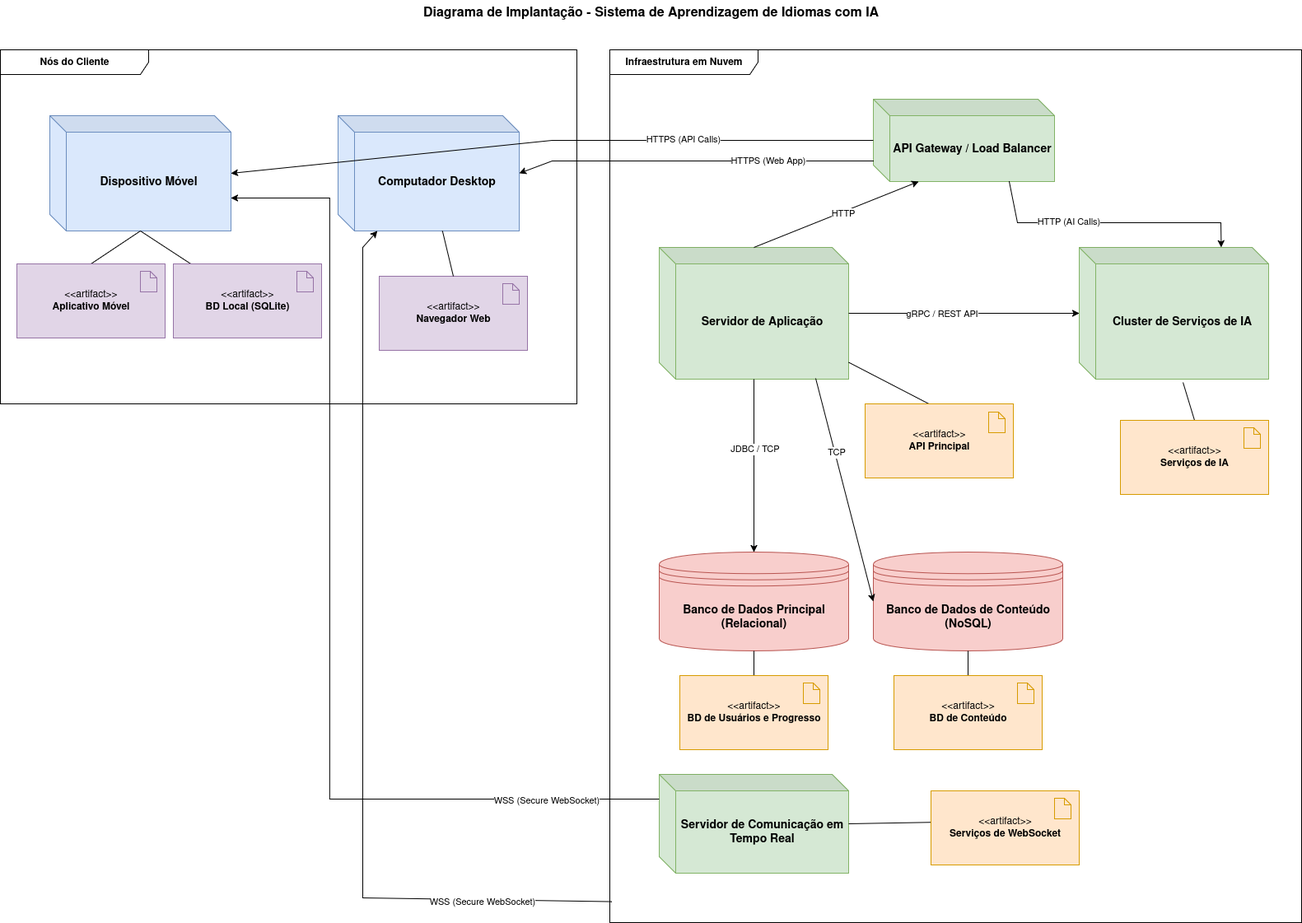
Above: docs/modelagemEstatica/assets/I.png in UnBArqDsw2025-2-Turma02/2025.2_T02_G3_AprendendoComIA_Entrega_02 (draw.io), before the change. Source tidied: cells renumbered, new cells last; positions are measured from the earlier drawing's top-left corner, leaving out a move shared by most shapes.
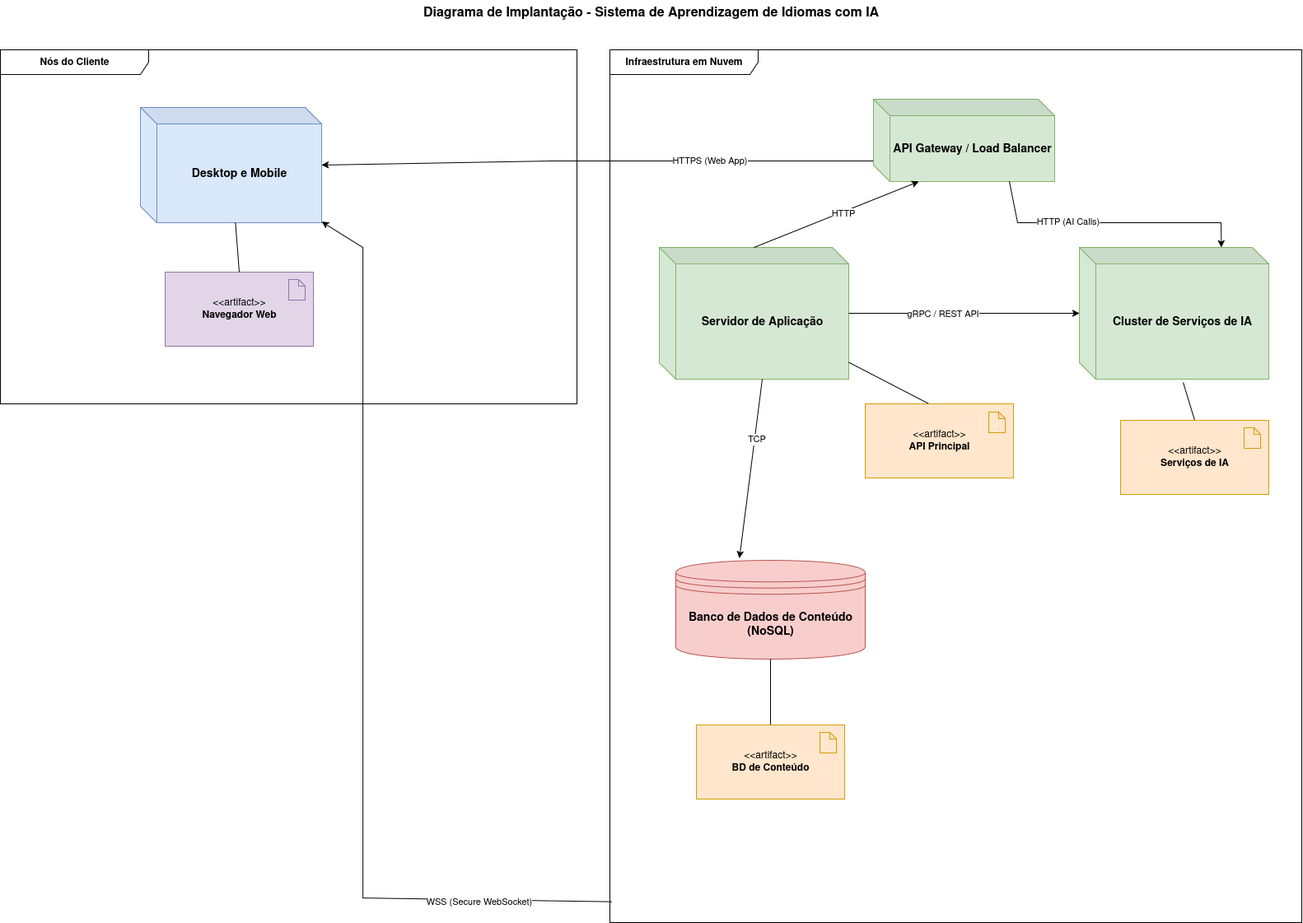
After the commit.

Commit message:
docs: alteração do diagrama

What changed in the source:
```diff
@@ -8,34 +8,15 @@
     <mxCell id="3" value="&lt;b&gt;Nós do Cliente&lt;/b&gt;" style="shape=umlFrame;whiteSpace=wrap;html=1;width=180;height=30;" parent="1" vertex="1">
       <mxGeometry y="60" width="700" height="430" as="geometry" />
     </mxCell>
-    <mxCell id="4" value="&lt;font style=&quot;font-size: 14px;&quot;&gt;&lt;b&gt;Dispositivo Móvel&lt;/b&gt;&lt;/font&gt;" style="shape=cube;whiteSpace=wrap;html=1;boundedLbl=1;backgroundOutline=1;darkOpacity=0.05;fillColor=#dae8fc;strokeColor=#6c8ebf;" parent="1" vertex="1">
-      <mxGeometry x="60" y="140" width="220" height="140" as="geometry" />
-    </mxCell>
-    <mxCell id="5" value="&lt;font style=&quot;font-size: 14px;&quot;&gt;&lt;b&gt;Computador Desktop&lt;/b&gt;&lt;/font&gt;" style="shape=cube;whiteSpace=wrap;html=1;boundedLbl=1;backgroundOutline=1;darkOpacity=0.05;fillColor=#dae8fc;strokeColor=#6c8ebf;" parent="1" vertex="1">
-      <mxGeometry x="410" y="140" width="220" height="140" as="geometry" />
+    <mxCell id="5" value="&lt;font style=&quot;font-size: 14px;&quot;&gt;&lt;b&gt;Desktop e Mobile&lt;/b&gt;&lt;/font&gt;" style="shape=cube;whiteSpace=wrap;html=1;boundedLbl=1;backgroundOutline=1;darkOpacity=0.05;fillColor=#dae8fc;strokeColor=#6c8ebf;" parent="1" vertex="1">
+      <mxGeometry x="170" y="130" width="220" height="140" as="geometry" />
     </mxCell>
-    <mxCell id="6" style="endArrow=none;html=1;rounded=0;entryX=0.5;entryY=1;entryDx=0;entryDy=0;exitX=0.5;exitY=0;exitDx=0;exitDy=0;" parent="1" edge="1" source="60" target="4">
-      <mxGeometry relative="1" as="geometry" />
-    </mxCell>
-    <mxCell id="7" style="endArrow=none;html=1;rounded=0;entryX=0.5;entryY=1;entryDx=0;entryDy=0;" parent="1" edge="1" source="57" target="4">
-      <mxGeometry relative="1" as="geometry" />
-    </mxCell>
     <mxCell id="8" value="&lt;b&gt;Infraestrutura em Nuvem&lt;/b&gt;" style="shape=umlFrame;whiteSpace=wrap;html=1;width=180;height=30;" parent="1" vertex="1">
       <mxGeometry x="740" y="60" width="840" height="1060" as="geometry" />
     </mxCell>
     <mxCell id="9" value="&lt;font style=&quot;font-size: 14px;&quot;&gt;&lt;b&gt;API Gateway / Load Balancer&lt;/b&gt;&lt;/font&gt;" style="shape=cube;whiteSpace=wrap;html=1;boundedLbl=1;backgroundOutline=1;darkOpacity=0.05;fillColor=#d5e8d4;strokeColor=#82b366;" parent="1" vertex="1">
       <mxGeometry x="1060" y="120" width="220" height="100" as="geometry" />
     </mxCell>
-    <mxCell id="10" style="endArrow=classic;html=1;rounded=0;exitX=0;exitY=0.5;exitDx=0;exitDy=0;entryX=1;entryY=0.5;entryDx=0;entryDy=0;" parent="1" edge="1" source="9" target="4">
-      <mxGeometry relative="1" as="geometry">
-        <Array as="points">
-          <mxPoint x="670" y="170" />
-        </Array>
-      </mxGeometry>
-    </mxCell>
-    <mxCell id="11" value="HTTPS (API Calls)" style="edgeLabel;html=1;align=center;verticalAlign=middle;" parent="10" vertex="1">
-      <mxGeometry x="-0.41" y="-2" relative="1" as="geometry" />
-    </mxCell>
     <mxCell id="12" style="endArrow=classic;html=1;rounded=0;exitX=0;exitY=0.75;exitDx=0;exitDy=0;entryX=1;entryY=0.5;entryDx=0;entryDy=0;" parent="1" edge="1" source="9" target="5">
       <mxGeometry relative="1" as="geometry">
         <Array as="points">
@@ -58,18 +39,6 @@
     <mxCell id="17" value="HTTP" style="edgeLabel;html=1;align=center;verticalAlign=middle;" parent="16" vertex="1">
       <mxGeometry x="0.07" y="-1" relative="1" as="geometry" />
     </mxCell>
-    <mxCell id="18" value="&lt;font style=&quot;font-size: 14px;&quot;&gt;&lt;b&gt;Banco de Dados Principal (Relacional)&lt;/b&gt;&lt;/font&gt;" style="shape=datastore;whiteSpace=wrap;html=1;fillColor=#f8cecc;strokeColor=#b85450;" parent="1" vertex="1">
-      <mxGeometry x="800" y="670" width="230" height="120" as="geometry" />
-    </mxCell>
-    <mxCell id="19" style="endArrow=none;html=1;rounded=0;entryX=0.5;entryY=1;entryDx=0;entryDy=0;" parent="1" edge="1" source="47" target="18">
-      <mxGeometry relative="1" as="geometry" />
-    </mxCell>
-    <mxCell id="20" style="endArrow=classic;html=1;rounded=0;exitX=0.5;exitY=1;exitDx=0;exitDy=0;entryX=0.5;entryY=0;entryDx=0;entryDy=0;" parent="1" edge="1" source="14" target="18">
-      <mxGeometry relative="1" as="geometry" />
-    </mxCell>
-    <mxCell id="21" value="JDBC / TCP" style="edgeLabel;html=1;align=center;verticalAlign=middle;" parent="20" vertex="1">
-      <mxGeometry x="-0.2" relative="1" as="geometry" />
-    </mxCell>
     <mxCell id="22" value="&lt;font style=&quot;font-size: 14px;&quot;&gt;&lt;b&gt;Cluster de Serviços de IA&lt;/b&gt;&lt;/font&gt;" style="shape=cube;whiteSpace=wrap;html=1;boundedLbl=1;backgroundOutline=1;darkOpacity=0.05;fillColor=#d5e8d4;strokeColor=#82b366;" parent="1" vertex="1">
       <mxGeometry x="1310" y="300" width="230" height="160" as="geometry" />
     </mxCell>
@@ -94,37 +63,17 @@
       <mxGeometry x="-0.32" y="2" relative="1" as="geometry" />
     </mxCell>
     <mxCell id="28" value="&lt;font style=&quot;font-size: 14px;&quot;&gt;&lt;b&gt;Banco de Dados de Conteúdo (NoSQL)&lt;/b&gt;&lt;/font&gt;" style="shape=datastore;whiteSpace=wrap;html=1;fillColor=#f8cecc;strokeColor=#b85450;" parent="1" vertex="1">
-      <mxGeometry x="1060" y="670" width="230" height="120" as="geometry" />
+      <mxGeometry x="820" y="680" width="230" height="120" as="geometry" />
     </mxCell>
     <mxCell id="29" style="endArrow=none;html=1;rounded=0;exitX=0.5;exitY=0;exitDx=0;exitDy=0;entryX=0.5;entryY=1;entryDx=0;entryDy=0;" parent="1" edge="1" source="44" target="28">
       <mxGeometry relative="1" as="geometry" />
     </mxCell>
-    <mxCell id="30" style="endArrow=classic;html=1;rounded=0;exitX=0.826;exitY=0.994;exitDx=0;exitDy=0;exitPerimeter=0;entryX=0;entryY=0.5;entryDx=0;entryDy=0;" parent="1" edge="1" source="14" target="28">
+    <mxCell id="30" style="endArrow=classic;html=1;rounded=0;exitX=0;exitY=0;exitDx=125.00000000000001;exitDy=160;exitPerimeter=0;entryX=0.336;entryY=-0.021;entryDx=0;entryDy=0;entryPerimeter=0;" parent="1" edge="1" source="14" target="28">
       <mxGeometry relative="1" as="geometry" />
     </mxCell>
     <mxCell id="31" value="TCP" style="edgeLabel;html=1;align=center;verticalAlign=middle;" parent="30" vertex="1">
       <mxGeometry x="-0.33" y="1" relative="1" as="geometry" />
     </mxCell>
-    <mxCell id="32" value="&lt;font style=&quot;font-size: 14px;&quot;&gt;&lt;b&gt;Servidor de Comunicação em Tempo Real&lt;/b&gt;&lt;/font&gt;" style="shape=cube;whiteSpace=wrap;html=1;boundedLbl=1;backgroundOutline=1;darkOpacity=0.05;fillColor=#d5e8d4;strokeColor=#82b366;" parent="1" vertex="1">
-      <mxGeometry x="800" y="940" width="230" height="120" as="geometry" />
-    </mxCell>
-    <mxCell id="33" style="endArrow=none;html=1;rounded=0;exitX=0.021;exitY=0.424;exitDx=0;exitDy=0;entryX=1;entryY=0.5;entryDx=0;entryDy=0;exitPerimeter=0;" parent="1" edge="1" source="50" target="32">
-      <mxGeometry relative="1" as="geometry" />
-    </mxCell>
-    <mxCell id="34" style="endArrow=classic;html=1;rounded=0;exitX=0;exitY=0.25;exitDx=0;exitDy=0;" parent="1" edge="1" source="32">
-      <mxGeometry relative="1" as="geometry">
-        <mxPoint x="280" y="240" as="targetPoint" />
-        <Array as="points">
-          <mxPoint x="400" y="970" />
-          <mxPoint x="400" y="240" />
-        </Array>
-      </mxGeometry>
-    </mxCell>
-    <mxCell id="35" value="WSS (Secure WebSocket)" style="edgeLabel;html=1;align=center;verticalAlign=middle;" parent="34" vertex="1">
-      <mxGeometry x="-0.78" y="1" relative="1" as="geometry">
-        <mxPoint x="1" as="offset" />
-      </mxGeometry>
-    </mxCell>
     <mxCell id="36" style="endArrow=classic;html=1;rounded=0;exitX=0.003;exitY=0.976;exitDx=0;exitDy=0;exitPerimeter=0;" parent="1" edge="1" source="8" target="5">
       <mxGeometry relative="1" as="geometry">
         <Array as="points">
@@ -154,7 +103,7 @@
       <mxGeometry x="150" y="9" width="20" height="25" as="geometry" />
     </mxCell>
     <mxCell id="43" style="group;" parent="1" vertex="1">
-      <mxGeometry x="1085" y="820" width="180" height="90" as="geometry" />
+      <mxGeometry x="845" y="880" width="180" height="90" as="geometry" />
     </mxCell>
     <mxCell id="44" value="&amp;lt;&amp;lt;artifact&amp;gt;&amp;gt;&lt;br&gt;&lt;b&gt;BD de Conteúdo&lt;/b&gt;" style="html=1;whiteSpace=wrap;strokeColor=#d79b00;fillColor=#ffe6cc;" parent="43" vertex="1">
       <mxGeometry width="180" height="90" as="geometry" />
@@ -162,26 +111,8 @@
     <mxCell id="45" style="shape=mxgraph.bpmn.data2;labelPosition=center;verticalLabelPosition=bottom;align=center;verticalAlign=top;size=8;html=1;fillColor=#ffe6cc;strokeColor=#d79b00;" parent="43" vertex="1">
       <mxGeometry x="150" y="9" width="20" height="25" as="geometry" />
     </mxCell>
-    <mxCell id="46" style="group;" parent="1" vertex="1">
-      <mxGeometry x="825" y="820" width="180" height="90" as="geometry" />
-    </mxCell>
-    <mxCell id="47" value="&lt;div&gt;&amp;lt;&amp;lt;artifact&amp;gt;&amp;gt;&lt;/div&gt;&lt;div&gt;&lt;b&gt;BD de Usuários e Progresso&lt;/b&gt;&lt;br&gt;&lt;/div&gt;" style="html=1;whiteSpace=wrap;strokeColor=#d79b00;fillColor=#ffe6cc;" parent="46" vertex="1">
-      <mxGeometry width="180" height="90" as="geometry" />
-    </mxCell>
-    <mxCell id="48" style="shape=mxgraph.bpmn.data2;labelPosition=center;verticalLabelPosition=bottom;align=center;verticalAlign=top;size=8;html=1;fillColor=#ffe6cc;strokeColor=#d79b00;" parent="46" vertex="1">
-      <mxGeometry x="150" y="9" width="20" height="25" as="geometry" />
-    </mxCell>
-    <mxCell id="49" style="group;" parent="1" vertex="1">
-      <mxGeometry x="1130" y="960" width="180" height="90" as="geometry" />
-    </mxCell>
-    <mxCell id="50" value="&amp;lt;&amp;lt;artifact&amp;gt;&amp;gt;&lt;br&gt;&lt;b&gt;Serviços de WebSocket&lt;/b&gt;" style="html=1;whiteSpace=wrap;strokeColor=#d79b00;fillColor=#ffe6cc;" parent="49" vertex="1">
-      <mxGeometry width="180" height="90" as="geometry" />
-    </mxCell>
-    <mxCell id="51" style="shape=mxgraph.bpmn.data2;labelPosition=center;verticalLabelPosition=bottom;align=center;verticalAlign=top;size=8;html=1;fillColor=#ffe6cc;strokeColor=#d79b00;" parent="49" vertex="1">
-      <mxGeometry x="150" y="9" width="20" height="25" as="geometry" />
-    </mxCell>
     <mxCell id="52" style="group;fillColor=#e1d5e7;strokeColor=#9673a6;" parent="1" vertex="1">
-      <mxGeometry x="460" y="335" width="180" height="90" as="geometry" />
+      <mxGeometry x="200" y="330" width="180" height="90" as="geometry" />
     </mxCell>
     <mxCell id="53" value="&lt;div&gt;&amp;lt;&amp;lt;artifact&amp;gt;&amp;gt;&lt;/div&gt;&lt;div&gt;&lt;b&gt;Navegador Web&lt;/b&gt;&lt;br&gt;&lt;/div&gt;" style="html=1;whiteSpace=wrap;strokeColor=#9673a6;fillColor=#e1d5e7;" parent="52" vertex="1">
       <mxGeometry width="180" height="90" as="geometry" />
@@ -192,23 +123,5 @@
     <mxCell id="55" style="rounded=0;jettySize=auto;html=1;exitX=0.5;exitY=0;exitDx=0;exitDy=0;shape=wire;dashed=1;endArrow=none;endFill=0;" parent="1" edge="1" source="53" target="5">
       <mxGeometry relative="1" as="geometry" />
     </mxCell>
-    <mxCell id="56" style="group;fillColor=#e1d5e7;strokeColor=#9673a6;" parent="1" vertex="1">
-      <mxGeometry x="210" y="320" width="180" height="90" as="geometry" />
-    </mxCell>
-    <mxCell id="57" value="&lt;div&gt;&amp;lt;&amp;lt;artifact&amp;gt;&amp;gt;&lt;/div&gt;&lt;div&gt;&lt;b&gt;BD Local (SQLite)&lt;/b&gt;&lt;br&gt;&lt;/div&gt;" style="html=1;whiteSpace=wrap;strokeColor=#9673a6;fillColor=#e1d5e7;" parent="56" vertex="1">
-      <mxGeometry width="180" height="90" as="geometry" />
-    </mxCell>
-    <mxCell id="58" style="shape=mxgraph.bpmn.data2;labelPosition=center;verticalLabelPosition=bottom;align=center;verticalAlign=top;size=8;html=1;fillColor=#e1d5e7;strokeColor=#9673a6;" parent="56" vertex="1">
-      <mxGeometry x="150" y="9" width="20" height="25" as="geometry" />
-    </mxCell>
-    <mxCell id="59" style="group;fillColor=#e1d5e7;strokeColor=#9673a6;" parent="1" vertex="1">
-      <mxGeometry x="20" y="320" width="180" height="90" as="geometry" />
-    </mxCell>
-    <mxCell id="60" value="&lt;div&gt;&amp;lt;&amp;lt;artifact&amp;gt;&amp;gt;&lt;/div&gt;&lt;div&gt;&lt;b&gt;Aplicativo Móvel&lt;/b&gt;&lt;br&gt;&lt;/div&gt;" style="html=1;whiteSpace=wrap;strokeColor=#9673a6;fillColor=#e1d5e7;" parent="59" vertex="1">
-      <mxGeometry width="180" height="90" as="geometry" />
-    </mxCell>
-    <mxCell id="61" style="shape=mxgraph.bpmn.data2;labelPosition=center;verticalLabelPosition=bottom;align=center;verticalAlign=top;size=8;html=1;fillColor=#e1d5e7;strokeColor=#9673a6;" parent="59" vertex="1">
-      <mxGeometry x="150" y="9" width="20" height="25" as="geometry" />
-    </mxCell>
   </root>
 </mxGraphModel>
```
